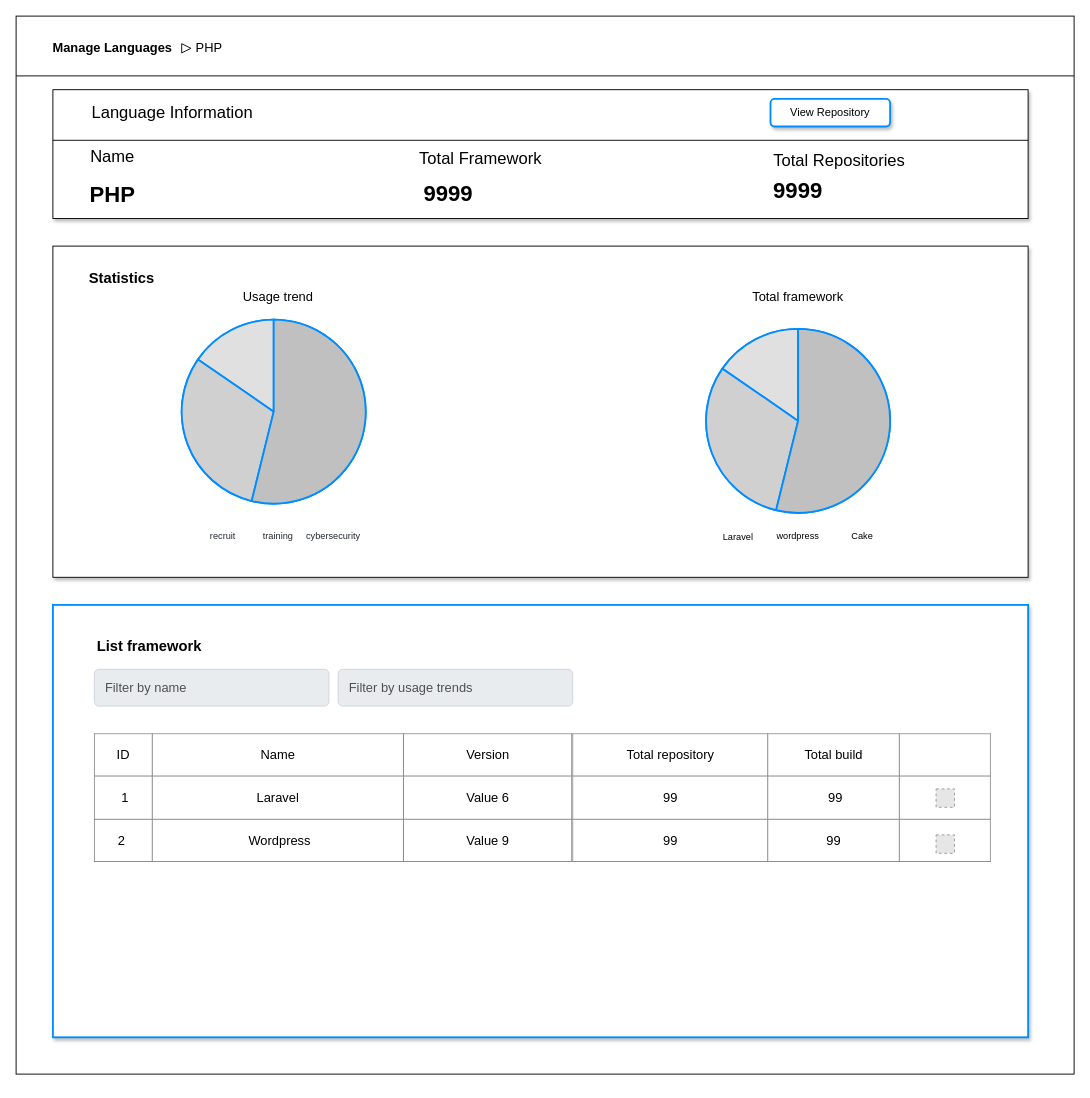
This is Untitled Diagram.drawio from khoanld-2442/abc, a draw.io file, before an edit. Source tidied: cells renumbered, new cells numbered last; positions are measured from the earlier drawing's top-left corner, leaving out a move shared by most shapes. Both pictures are drawn from the tidied source at 92%, with x=0, y=0 at pixel (16, 16). Pictures stored in the file or linked from it are replaced by grey dashed boxes.
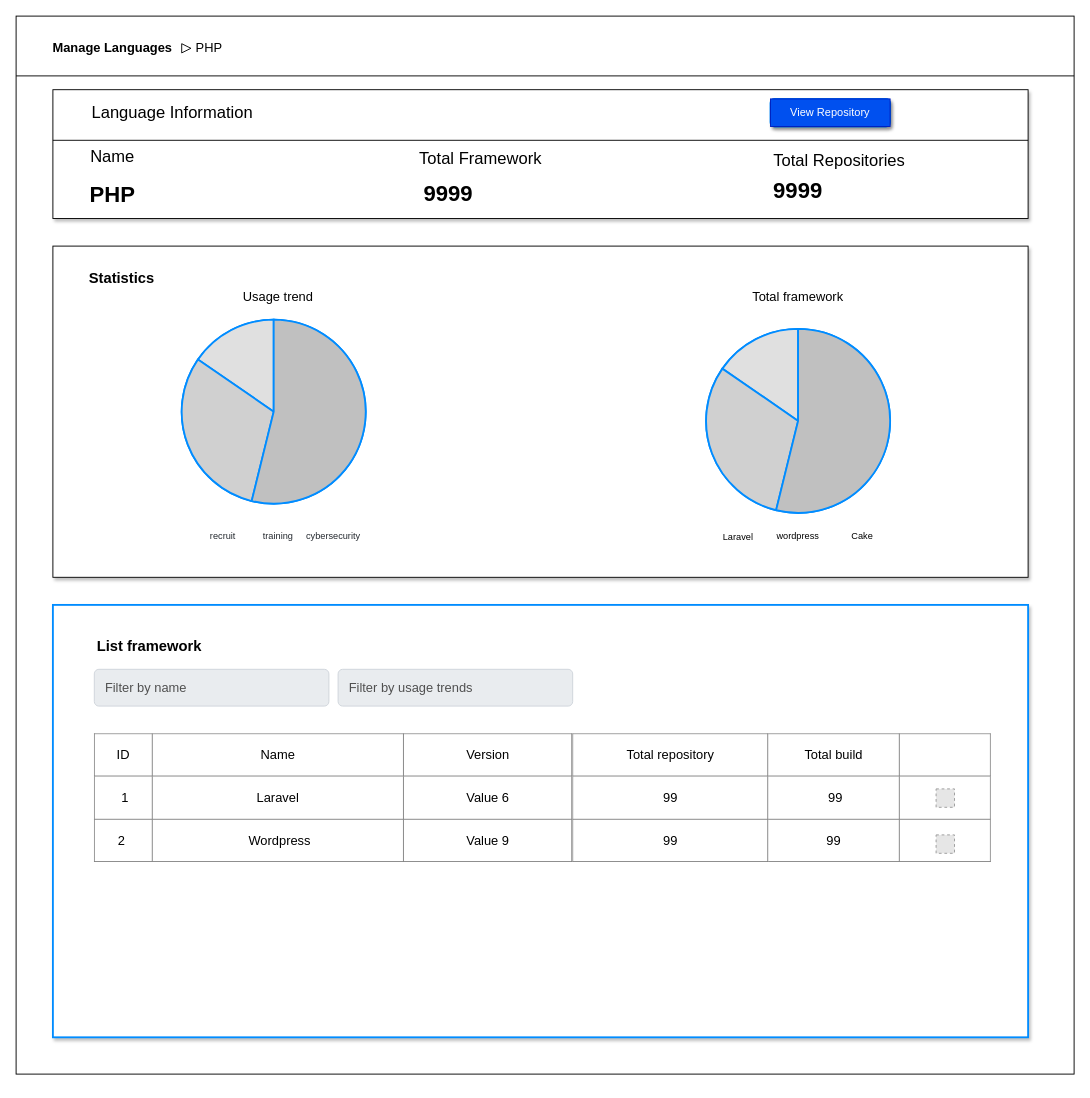
The same page after the edit.

Change to the diagram source:
```diff
@@
-    <mxCell id="27" value="&lt;font style=&quot;font-size: 12px&quot;&gt;View Repository&lt;/font&gt;" style="text;html=1;strokeColor=none;fillColor=none;align=center;verticalAlign=middle;whiteSpace=wrap;rounded=0;shadow=1;glass=0;dashed=0;sketch=0;fontFamily=Helvetica;fontSize=10;fontColor=default;" parent="1" vertex="1">
+    <mxCell id="27" value="&lt;font style=&quot;font-size: 12px&quot;&gt;View Repository&lt;/font&gt;" style="text;html=1;strokeColor=#001DBC;fillColor=#0050ef;align=center;verticalAlign=middle;whiteSpace=wrap;rounded=0;shadow=1;glass=0;dashed=0;sketch=0;fontFamily=Helvetica;fontSize=10;fontColor=#ffffff;" parent="1" vertex="1">
       <mxGeometry x="820" y="90" width="130" height="30" as="geometry" />
     </mxCell>
```
